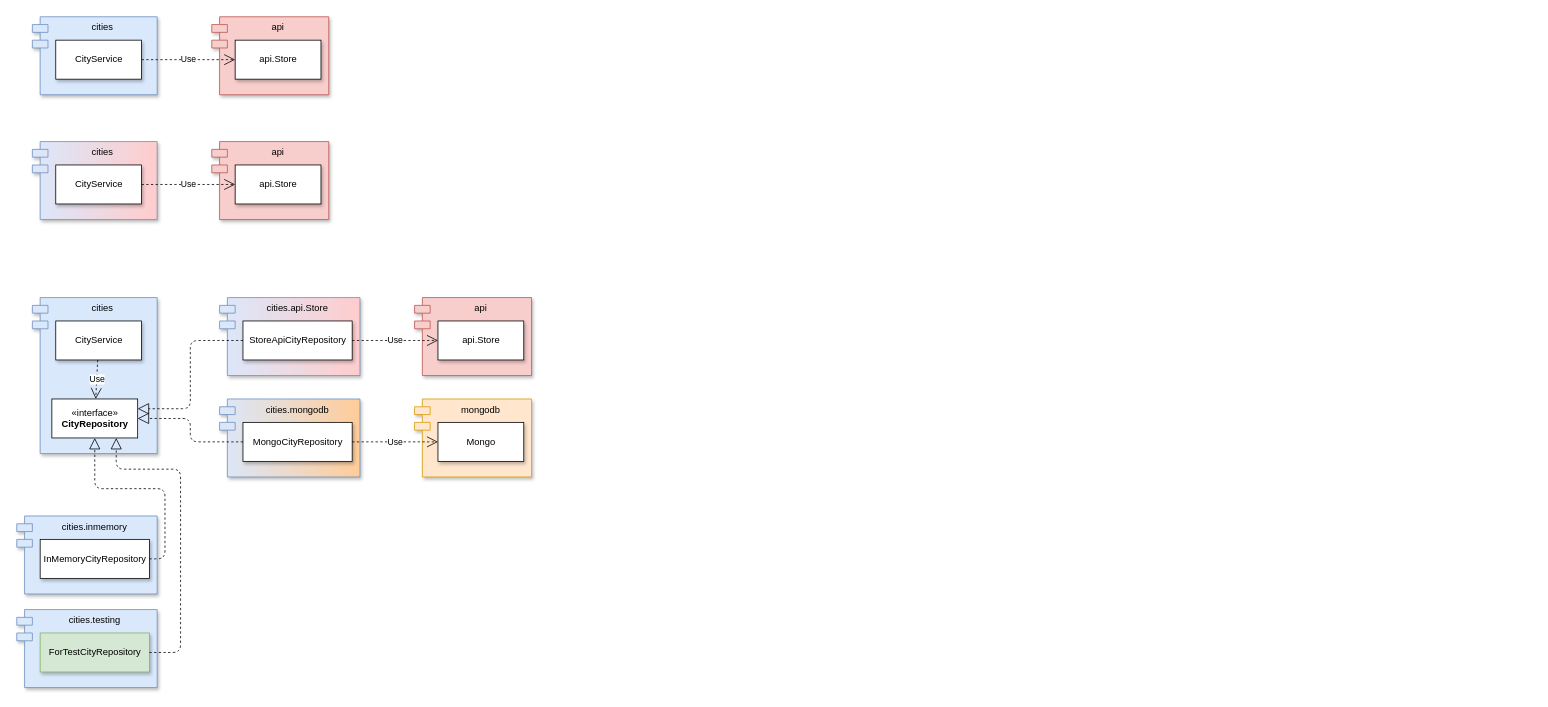
Above: page "Repository" (11 of 11) of drawio/testability.drawio in Envol2023/refactoring (draw.io), before the change. Source tidied: cells renumbered, new cells numbered last; positions are measured from the earlier drawing's top-left corner, leaving out a move shared by most shapes. Both pictures are drawn from the tidied source at 78%, with x=0, y=0 at pixel (16, 16).
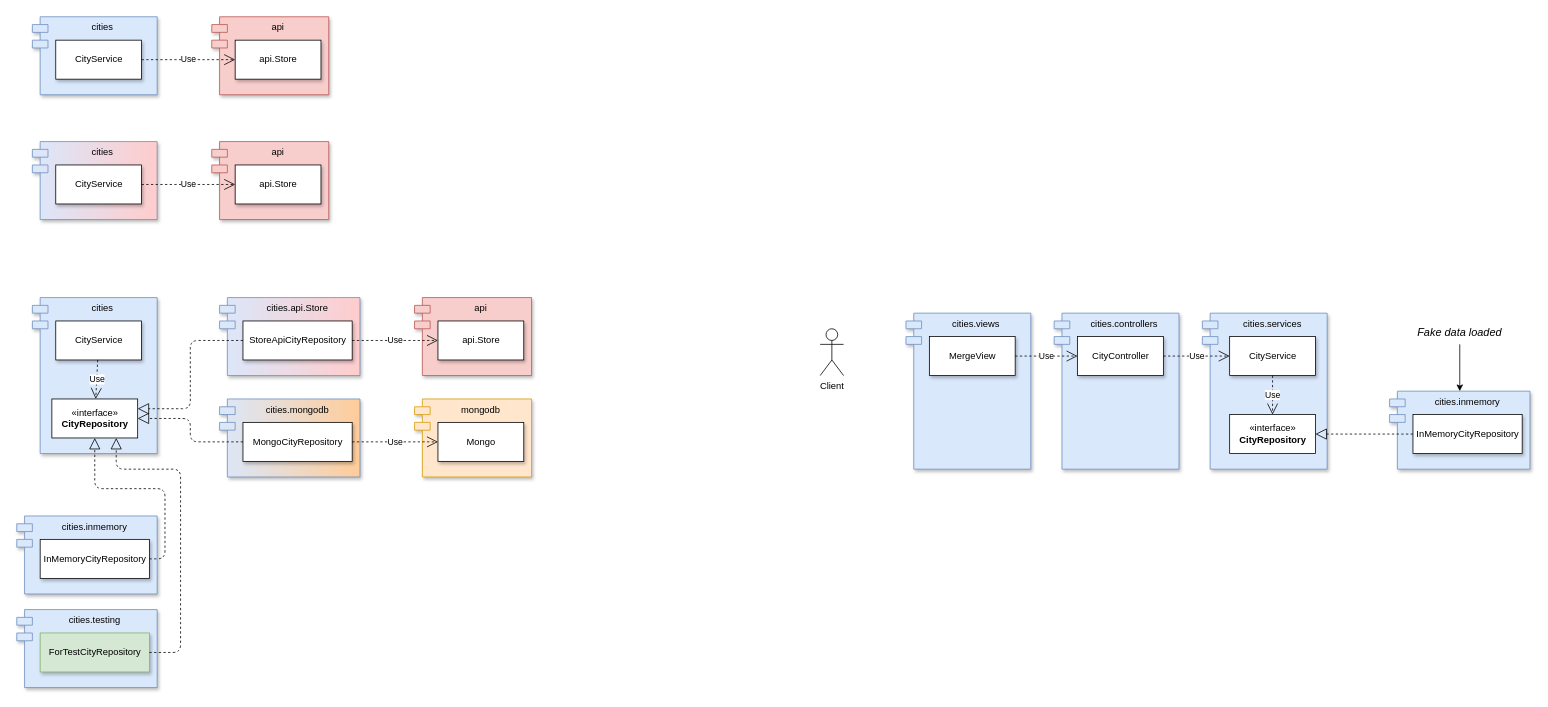
Above is the later version.

The edit, as a diff of the source:
```diff
@@
+    <mxCell id="34" value="cities.views" style="shape=module;align=left;spacingLeft=20;align=center;verticalAlign=top;shadow=1;fillColor=#dae8fc;strokeColor=#6c8ebf;gradientDirection=east;" parent="1" vertex="1">
+      <mxGeometry x="1140" y="380" width="160" height="200" as="geometry" />
+    </mxCell>
+    <mxCell id="35" value="cities.controllers" style="shape=module;align=left;spacingLeft=20;align=center;verticalAlign=top;shadow=1;fillColor=#dae8fc;strokeColor=#6c8ebf;gradientDirection=east;" parent="1" vertex="1">
+      <mxGeometry x="1330" y="380" width="160" height="200" as="geometry" />
+    </mxCell>
@@
+    <mxCell id="36" value="cities.services" style="shape=module;align=left;spacingLeft=20;align=center;verticalAlign=top;shadow=1;fillColor=#dae8fc;strokeColor=#6c8ebf;gradientDirection=east;" parent="1" vertex="1">
+      <mxGeometry x="1520" y="380" width="160" height="200" as="geometry" />
+    </mxCell>
+    <mxCell id="37" value="«interface»&lt;br&gt;&lt;b&gt;CityRepository&lt;/b&gt;" style="html=1;" parent="1" vertex="1">
+      <mxGeometry x="1555" y="510" width="110" height="50" as="geometry" />
+    </mxCell>
+    <mxCell id="38" value="CityService" style="html=1;shadow=1;" parent="1" vertex="1">
+      <mxGeometry x="1555" y="410" width="110" height="50" as="geometry" />
+    </mxCell>
+    <mxCell id="39" value="Use" style="endArrow=open;endSize=12;dashed=1;html=1;rounded=0;" parent="1" edge="1" source="38" target="37">
+      <mxGeometry relative="1" as="geometry" />
+    </mxCell>
+    <mxCell id="40" value="cities.inmemory" style="shape=module;align=left;spacingLeft=20;align=center;verticalAlign=top;shadow=1;fillColor=#dae8fc;strokeColor=#6c8ebf;gradientDirection=east;" parent="1" vertex="1">
+      <mxGeometry x="1760" y="480" width="180" height="100" as="geometry" />
+    </mxCell>
+    <mxCell id="41" value="InMemoryCityRepository" style="html=1;shadow=1;" parent="1" vertex="1">
+      <mxGeometry x="1790" y="510" width="140" height="50" as="geometry" />
+    </mxCell>
+    <mxCell id="42" style="endArrow=block;dashed=1;endFill=0;endSize=12;html=1;edgeStyle=orthogonalEdgeStyle;entryX=1;entryY=0.5;entryDx=0;entryDy=0;exitX=0;exitY=0.5;exitDx=0;exitDy=0;rounded=1;" parent="1" edge="1" source="41" target="37">
+      <mxGeometry relative="1" as="geometry">
+        <Array as="points">
+          <mxPoint x="1740" y="535" />
+          <mxPoint x="1740" y="535" />
+        </Array>
+      </mxGeometry>
+    </mxCell>
+    <mxCell id="43" value="MergeView" style="html=1;shadow=1;" parent="1" vertex="1">
+      <mxGeometry x="1170" y="410" width="110" height="50" as="geometry" />
+    </mxCell>
+    <mxCell id="44" value="CityController" style="html=1;shadow=1;" parent="1" vertex="1">
+      <mxGeometry x="1360" y="410" width="110" height="50" as="geometry" />
+    </mxCell>
+    <mxCell id="45" value="Use" style="endArrow=open;endSize=12;dashed=1;html=1;rounded=0;entryX=0;entryY=0.5;entryDx=0;entryDy=0;exitX=1;exitY=0.5;exitDx=0;exitDy=0;" parent="1" edge="1" source="44" target="38">
+      <mxGeometry relative="1" as="geometry" />
+    </mxCell>
+    <mxCell id="46" value="Use" style="endArrow=open;endSize=12;dashed=1;html=1;rounded=0;entryX=0;entryY=0.5;entryDx=0;entryDy=0;" parent="1" edge="1" source="43" target="44">
+      <mxGeometry relative="1" as="geometry" />
+    </mxCell>
+    <mxCell id="47" value="Client" style="shape=umlActor;verticalLabelPosition=bottom;verticalAlign=top;html=1;" parent="1" vertex="1">
+      <mxGeometry x="1030" y="400" width="30" height="60" as="geometry" />
+    </mxCell>
+    <mxCell id="48" style="edgeStyle=orthogonalEdgeStyle;rounded=0;jettySize=auto;html=1;entryX=0.5;entryY=0;entryDx=0;entryDy=0;" parent="1" edge="1" source="49" target="40">
+      <mxGeometry relative="1" as="geometry" />
+    </mxCell>
+    <mxCell id="49" value="Fake data loaded" style="text;html=1;strokeColor=none;fillColor=none;align=center;verticalAlign=middle;whiteSpace=wrap;rounded=0;fontSize=14;fontStyle=2;" parent="1" vertex="1">
+      <mxGeometry x="1790" y="390" width="120" height="30" as="geometry" />
+    </mxCell>
```
